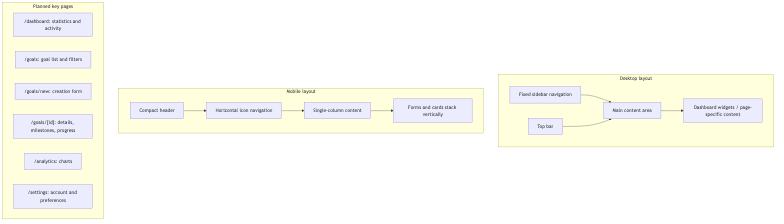
SurenOO7/Capstone_2026 keeps this Mermaid diagram as paper/figures/rendered/wireframes.png. Above is the earlier version. Its source is kept beside it as paper/figures/wireframes.mmd.
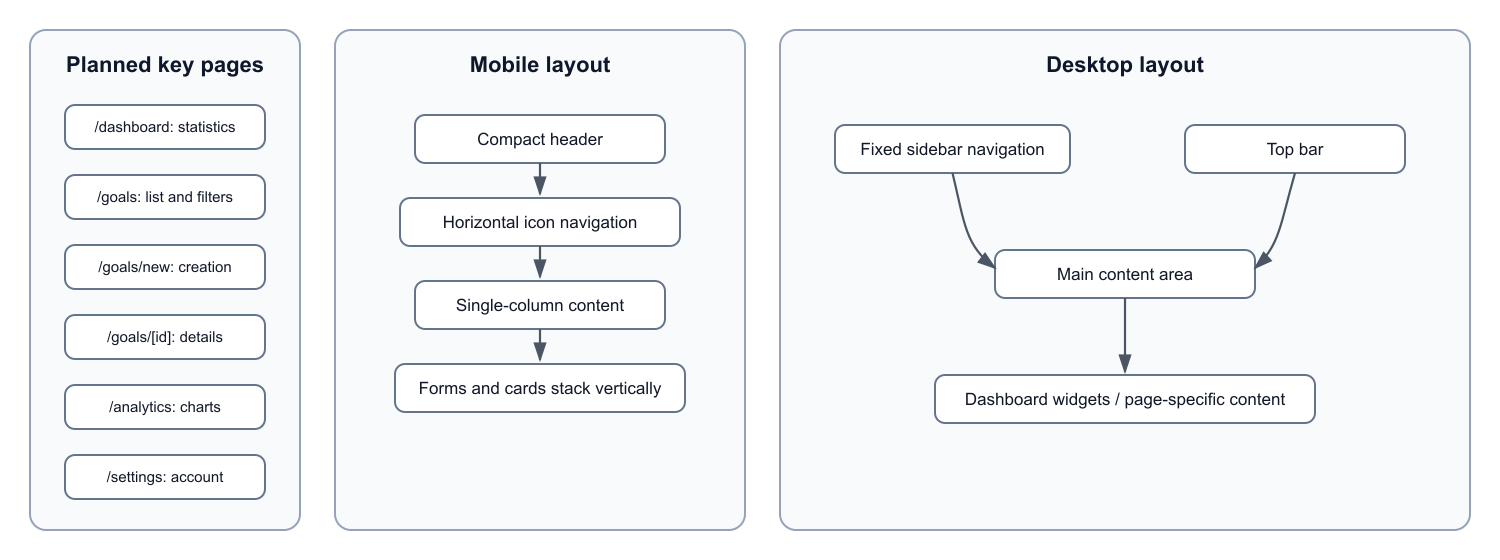
The same file after the commit.

Change to the diagram source:
```diff
@@ -1,5 +1,6 @@
 flowchart TB
   subgraph Desktop["Desktop layout"]
+    direction TB
     D1["Fixed sidebar navigation"]
     D2["Top bar"]
     D3["Main content area"]
@@ -10,6 +11,7 @@
   end
 
   subgraph Mobile["Mobile layout"]
+    direction TB
     M1["Compact header"]
     M2["Horizontal icon navigation"]
     M3["Single-column content"]
@@ -20,6 +22,7 @@
   end
 
   subgraph Pages["Planned key pages"]
+    direction TB
     P1["/dashboard: statistics and activity"]
     P2["/goals: goal list and filters"]
     P3["/goals/new: creation form"]
@@ -27,3 +30,6 @@
     P5["/analytics: charts"]
     P6["/settings: account and preferences"]
   end
+
+  D4 ~~~ M1
+  M4 ~~~ P1
```
